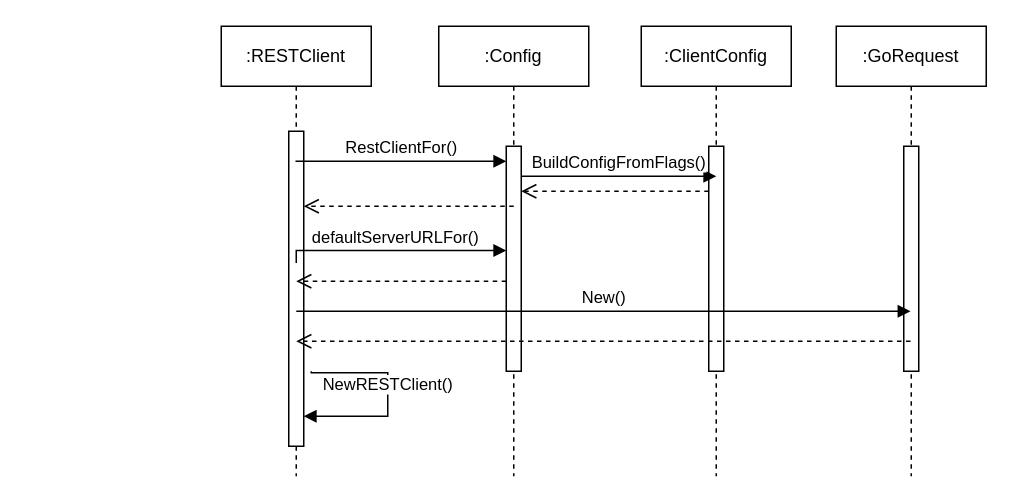
The draw.io diagram Request模块构建并执行HTTP请求.drawio in elisaovivo/restful-api-demo, before the edit. Source tidied: cells renumbered, new cells numbered last; positions are measured from the earlier drawing's top-left corner, leaving out a move shared by most shapes. Both pictures are drawn from the tidied source at 150%, with x=0, y=0 at pixel (220, 26).
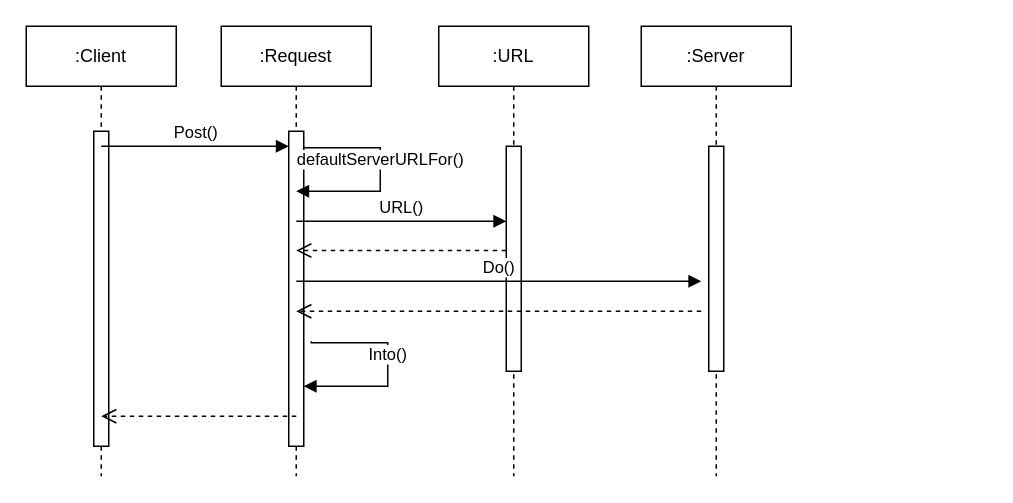
The same page after the edit.

Commit message (it also covers changes not shown here):
更新Request模块构建并执行HTTP请求.drawio

Unchanged cells that the change refers to:
```xml
<mxCell id="3" style="html=1;points=[];perimeter=orthogonalPerimeter;outlineConnect=0;targetShapes=umlLifeline;portConstraint=eastwest;newEdgeStyle={&quot;edgeStyle&quot;:&quot;elbowEdgeStyle&quot;,&quot;elbow&quot;:&quot;vertical&quot;,&quot;curved&quot;:0,&quot;rounded&quot;:0};" parent="2" vertex="1">
  <mxGeometry x="45" y="70" width="10" height="210" as="geometry" />
</mxCell>
<mxCell id="5" style="html=1;points=[];perimeter=orthogonalPerimeter;outlineConnect=0;targetShapes=umlLifeline;portConstraint=eastwest;newEdgeStyle={&quot;edgeStyle&quot;:&quot;elbowEdgeStyle&quot;,&quot;elbow&quot;:&quot;vertical&quot;,&quot;curved&quot;:0,&quot;rounded&quot;:0};" parent="4" vertex="1">
  <mxGeometry x="45" y="80" width="10" height="150" as="geometry" />
</mxCell>
```

The edit, as a diff of the source:
```diff
@@
-    <mxCell id="2" value=":RESTClient" style="shape=umlLifeline;perimeter=lifelinePerimeter;whiteSpace=wrap;html=1;outlineConnect=0;portConstraint=eastwest;newEdgeStyle={&quot;edgeStyle&quot;:&quot;elbowEdgeStyle&quot;,&quot;elbow&quot;:&quot;vertical&quot;,&quot;curved&quot;:0,&quot;rounded&quot;:0};" parent="1" vertex="1">
+    <mxCell id="2" value=":Request" style="shape=umlLifeline;perimeter=lifelinePerimeter;whiteSpace=wrap;html=1;outlineConnect=0;portConstraint=eastwest;newEdgeStyle={&quot;edgeStyle&quot;:&quot;elbowEdgeStyle&quot;,&quot;elbow&quot;:&quot;vertical&quot;,&quot;curved&quot;:0,&quot;rounded&quot;:0};" parent="1" vertex="1">
       <mxGeometry width="100" height="300" as="geometry" />
     </mxCell>
@@
-    <mxCell id="4" value=":Config" style="shape=umlLifeline;perimeter=lifelinePerimeter;whiteSpace=wrap;html=1;newEdgeStyle={&quot;edgeStyle&quot;:&quot;elbowEdgeStyle&quot;,&quot;elbow&quot;:&quot;vertical&quot;,&quot;curved&quot;:0,&quot;rounded&quot;:0};" parent="1" vertex="1">
+    <mxCell id="4" value=":URL" style="shape=umlLifeline;perimeter=lifelinePerimeter;whiteSpace=wrap;html=1;newEdgeStyle={&quot;edgeStyle&quot;:&quot;elbowEdgeStyle&quot;,&quot;elbow&quot;:&quot;vertical&quot;,&quot;curved&quot;:0,&quot;rounded&quot;:0};" parent="1" vertex="1">
       <mxGeometry x="145" width="100" height="300" as="geometry" />
     </mxCell>
@@
-    <mxCell id="6" value="RestClientFor()" style="html=1;verticalAlign=bottom;endArrow=block;edgeStyle=elbowEdgeStyle;elbow=vertical;curved=0;rounded=0;" parent="1" edge="1" source="2">
-      <mxGeometry relative="1" as="geometry">
-        <mxPoint x="190" y="90" as="targetPoint" />
-        <Array as="points">
-          <mxPoint x="130" y="90" />
-        </Array>
-      </mxGeometry>
-    </mxCell>
-    <mxCell id="7" style="html=1;verticalAlign=bottom;endArrow=open;dashed=1;endSize=8;edgeStyle=elbowEdgeStyle;elbow=vertical;curved=0;rounded=0;" parent="1" edge="1" target="3">
-      <mxGeometry relative="1" as="geometry">
-        <mxPoint x="195" y="120" as="sourcePoint" />
-        <Array as="points">
-          <mxPoint x="145" y="120" />
-        </Array>
-      </mxGeometry>
-    </mxCell>
-    <mxCell id="8" value=":ClientConfig" style="shape=umlLifeline;perimeter=lifelinePerimeter;whiteSpace=wrap;html=1;newEdgeStyle={&quot;edgeStyle&quot;:&quot;elbowEdgeStyle&quot;,&quot;elbow&quot;:&quot;vertical&quot;,&quot;curved&quot;:0,&quot;rounded&quot;:0};" parent="1" vertex="1">
+    <mxCell id="8" value=":Server" style="shape=umlLifeline;perimeter=lifelinePerimeter;whiteSpace=wrap;html=1;newEdgeStyle={&quot;edgeStyle&quot;:&quot;elbowEdgeStyle&quot;,&quot;elbow&quot;:&quot;vertical&quot;,&quot;curved&quot;:0,&quot;rounded&quot;:0};" parent="1" vertex="1">
       <mxGeometry x="280" width="100" height="300" as="geometry" />
     </mxCell>
@@
-    <mxCell id="10" value=":GoRequest" style="shape=umlLifeline;perimeter=lifelinePerimeter;whiteSpace=wrap;html=1;outlineConnect=0;portConstraint=eastwest;newEdgeStyle={&quot;edgeStyle&quot;:&quot;elbowEdgeStyle&quot;,&quot;elbow&quot;:&quot;vertical&quot;,&quot;curved&quot;:0,&quot;rounded&quot;:0};" parent="1" vertex="1">
-      <mxGeometry x="410" width="100" height="300" as="geometry" />
-    </mxCell>
-    <mxCell id="11" style="html=1;perimeter=orthogonalPerimeter;targetShapes=umlLifeline;newEdgeStyle={&quot;edgeStyle&quot;:&quot;elbowEdgeStyle&quot;,&quot;elbow&quot;:&quot;vertical&quot;,&quot;curved&quot;:0,&quot;rounded&quot;:0};" parent="10" vertex="1">
-      <mxGeometry x="45" y="80" width="10" height="150" as="geometry" />
-    </mxCell>
-    <mxCell id="12" value="BuildConfigFromFlags()" style="html=1;verticalAlign=bottom;endArrow=block;edgeStyle=elbowEdgeStyle;elbow=vertical;curved=0;rounded=0;" parent="1" edge="1">
-      <mxGeometry relative="1" as="geometry">
-        <mxPoint x="200" y="100" as="sourcePoint" />
-        <mxPoint x="330" y="100" as="targetPoint" />
-        <Array as="points">
-          <mxPoint x="275" y="100" />
-        </Array>
-      </mxGeometry>
-    </mxCell>
-    <mxCell id="13" style="html=1;verticalAlign=bottom;endArrow=open;dashed=1;endSize=8;edgeStyle=elbowEdgeStyle;elbow=horizontal;curved=0;rounded=0;" parent="1" edge="1">
-      <mxGeometry relative="1" as="geometry">
-        <mxPoint x="325" y="110" as="sourcePoint" />
-        <mxPoint x="200" y="110" as="targetPoint" />
-        <Array as="points">
-          <mxPoint x="265" y="110" />
-        </Array>
-      </mxGeometry>
-    </mxCell>
-    <mxCell id="14" value="defaultServerURLFor()" style="html=1;verticalAlign=bottom;endArrow=block;edgeStyle=elbowEdgeStyle;elbow=vertical;curved=0;rounded=0;exitX=0.5;exitY=0.418;exitDx=0;exitDy=0;exitPerimeter=0;" parent="1" edge="1" source="3">
-      <mxGeometry relative="1" as="geometry">
-        <mxPoint x="190" y="149.5" as="targetPoint" />
-        <Array as="points">
-          <mxPoint x="130" y="149.5" />
-        </Array>
-      </mxGeometry>
-    </mxCell>
-    <mxCell id="15" style="html=1;verticalAlign=bottom;endArrow=open;dashed=1;endSize=8;edgeStyle=elbowEdgeStyle;elbow=horizontal;curved=0;rounded=0;" parent="1" edge="1" source="5">
+    <mxCell id="15" style="html=1;verticalAlign=bottom;endArrow=open;dashed=1;endSize=8;edgeStyle=elbowEdgeStyle;elbow=horizontal;curved=0;rounded=0;" parent="1" edge="1">
       <mxGeometry relative="1" as="geometry">
-        <mxPoint x="50" y="170" as="targetPoint" />
+        <mxPoint x="190" y="149.5" as="sourcePoint" />
+        <mxPoint x="50" y="149.5" as="targetPoint" />
         <Array as="points">
-          <mxPoint x="115" y="170" />
+          <mxPoint x="115" y="149.5" />
         </Array>
       </mxGeometry>
     </mxCell>
-    <mxCell id="16" value="New()" style="html=1;verticalAlign=bottom;endArrow=block;edgeStyle=elbowEdgeStyle;elbow=vertical;curved=0;rounded=0;" parent="1" edge="1" target="10">
+    <mxCell id="16" value="Do()" style="html=1;verticalAlign=bottom;endArrow=block;edgeStyle=elbowEdgeStyle;elbow=vertical;curved=0;rounded=0;" parent="1" edge="1">
       <mxGeometry relative="1" as="geometry">
-        <mxPoint x="50" y="190" as="sourcePoint" />
+        <mxPoint x="50" y="170" as="sourcePoint" />
+        <mxPoint x="320" y="170" as="targetPoint" />
         <Array as="points">
-          <mxPoint x="130" y="190" />
+          <mxPoint x="130" y="170" />
         </Array>
       </mxGeometry>
     </mxCell>
-    <mxCell id="17" style="html=1;verticalAlign=bottom;endArrow=open;dashed=1;endSize=8;edgeStyle=elbowEdgeStyle;elbow=horizontal;curved=0;rounded=0;" parent="1" edge="1" source="10">
+    <mxCell id="17" style="html=1;verticalAlign=bottom;endArrow=open;dashed=1;endSize=8;edgeStyle=elbowEdgeStyle;elbow=horizontal;curved=0;rounded=0;" parent="1" edge="1">
       <mxGeometry relative="1" as="geometry">
-        <mxPoint x="50" y="210" as="targetPoint" />
+        <mxPoint x="320" y="190" as="sourcePoint" />
+        <mxPoint x="50" y="190" as="targetPoint" />
         <Array as="points">
-          <mxPoint x="115" y="210" />
+          <mxPoint x="115" y="190" />
         </Array>
       </mxGeometry>
     </mxCell>
-    <mxCell id="18" value="NewRESTClient()" style="html=1;verticalAlign=bottom;endArrow=block;edgeStyle=orthogonalEdgeStyle;elbow=vertical;rounded=0;" parent="1" edge="1" target="3">
+    <mxCell id="18" value="Into()" style="html=1;verticalAlign=bottom;endArrow=block;edgeStyle=orthogonalEdgeStyle;elbow=vertical;rounded=0;" parent="1" edge="1">
       <mxGeometry relative="1" as="geometry">
-        <mxPoint x="60" y="230" as="sourcePoint" />
+        <mxPoint x="60" y="210" as="sourcePoint" />
+        <mxPoint x="55" y="240" as="targetPoint" />
         <Array as="points">
-          <mxPoint x="60" y="231" />
-          <mxPoint x="111" y="231" />
-          <mxPoint x="111" y="260" />
+          <mxPoint x="60" y="211" />
+          <mxPoint x="111" y="211" />
+          <mxPoint x="111" y="240" />
         </Array>
       </mxGeometry>
     </mxCell>
+    <mxCell id="14" value="defaultServerURLFor()" style="html=1;verticalAlign=bottom;endArrow=block;edgeStyle=orthogonalEdgeStyle;elbow=vertical;rounded=0;" parent="1" edge="1">
+      <mxGeometry relative="1" as="geometry">
+        <mxPoint x="55" y="80" as="sourcePoint" />
+        <mxPoint x="50" y="110" as="targetPoint" />
+        <Array as="points">
+          <mxPoint x="55" y="81" />
+          <mxPoint x="106" y="81" />
+          <mxPoint x="106" y="110" />
+        </Array>
+      </mxGeometry>
+    </mxCell>
+    <mxCell id="19" value="URL()" style="html=1;verticalAlign=bottom;endArrow=block;edgeStyle=elbowEdgeStyle;elbow=vertical;curved=0;rounded=0;" parent="1" edge="1">
+      <mxGeometry relative="1" as="geometry">
+        <mxPoint x="50" y="130" as="sourcePoint" />
+        <mxPoint x="190" y="130" as="targetPoint" />
+        <Array as="points">
+          <mxPoint x="130" y="130" />
+        </Array>
+      </mxGeometry>
+    </mxCell>
+    <mxCell id="20" value=":Client" style="shape=umlLifeline;perimeter=lifelinePerimeter;whiteSpace=wrap;html=1;newEdgeStyle={&quot;edgeStyle&quot;:&quot;elbowEdgeStyle&quot;,&quot;elbow&quot;:&quot;vertical&quot;,&quot;curved&quot;:0,&quot;rounded&quot;:0};" parent="1" vertex="1">
+      <mxGeometry x="-130" width="100" height="300" as="geometry" />
+    </mxCell>
+    <mxCell id="21" style="html=1;perimeter=orthogonalPerimeter;targetShapes=umlLifeline;newEdgeStyle={&quot;edgeStyle&quot;:&quot;elbowEdgeStyle&quot;,&quot;elbow&quot;:&quot;vertical&quot;,&quot;curved&quot;:0,&quot;rounded&quot;:0};" parent="20" vertex="1">
+      <mxGeometry x="45" y="70" width="10" height="210" as="geometry" />
+    </mxCell>
+    <mxCell id="22" value="Post()" style="html=1;verticalAlign=bottom;endArrow=block;edgeStyle=elbowEdgeStyle;elbow=vertical;curved=0;rounded=0;" parent="1" edge="1" target="3">
+      <mxGeometry relative="1" as="geometry">
+        <mxPoint x="-80" y="80" as="sourcePoint" />
+        <Array as="points">
+          <mxPoint y="80" />
+        </Array>
+      </mxGeometry>
+    </mxCell>
+    <mxCell id="23" style="html=1;verticalAlign=bottom;endArrow=open;dashed=1;endSize=8;edgeStyle=elbowEdgeStyle;elbow=horizontal;curved=0;rounded=0;" parent="1" edge="1">
+      <mxGeometry relative="1" as="geometry">
+        <mxPoint x="50" y="260" as="sourcePoint" />
+        <mxPoint x="-80" y="260" as="targetPoint" />
+        <Array as="points">
+          <mxPoint x="-15" y="260" />
+        </Array>
+      </mxGeometry>
+    </mxCell>
```
